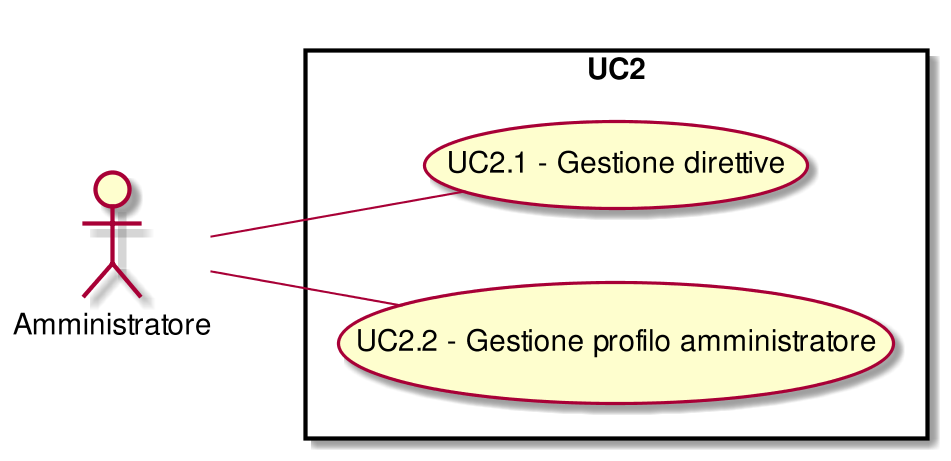
Earlier version of the PlantUML export RR/Esterni/AnalisiDeiRequisiti/images/UseCaseUC2.png (CoCodeSWE/Docs).
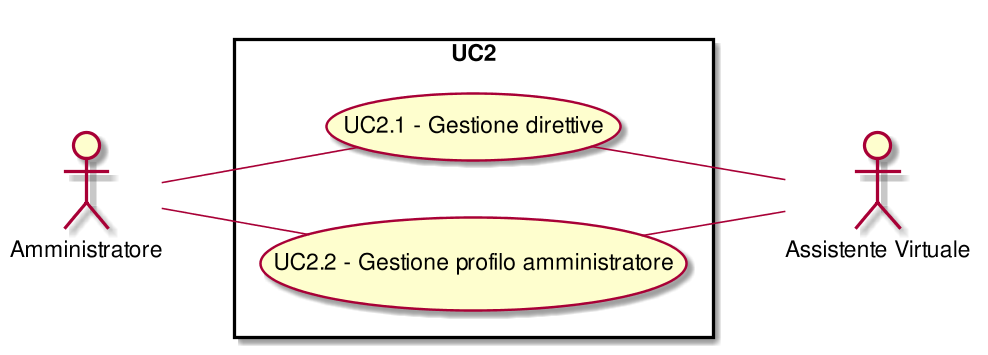
Above is the later version.

The edit, as a diff of the source:
```diff
@@ -3,10 +3,15 @@
 left to right direction
 skinparam packageStyle rect
 :Amministratore:
+:Assistente Virtuale:
 rectangle UC2{
 ( UC2.1 - Gestione direttive ) as (UC2.1)
 :Amministratore:--(UC2.1)
+( UC2.1 - Gestione direttive ) as (UC2.1)
+(UC2.1)--:Assistente Virtuale:
 ( UC2.2 - Gestione profilo amministratore ) as (UC2.2)
 :Amministratore:--(UC2.2)
+( UC2.2 - Gestione profilo amministratore ) as (UC2.2)
+(UC2.2)--:Assistente Virtuale:
 }
 @enduml
```
